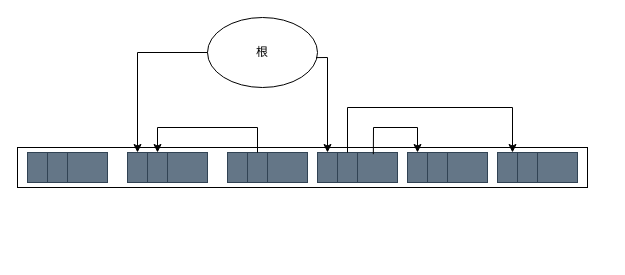
Above: gc.drawio in hhyouyou/draw (draw.io), before the change. Source tidied: cells renumbered, new cells numbered last; positions are measured from the earlier drawing's top-left corner, leaving out a move shared by most shapes. Both pictures are drawn from the tidied source at 100%, with x=0, y=0 at pixel (17, 17).
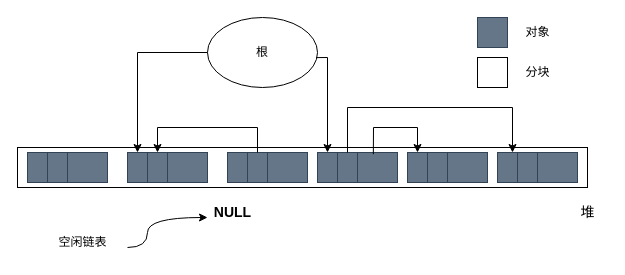
The same page after the edit.

What changed in the source:
```diff
@@
+    <mxCell id="35" style="whiteSpace=wrap;html=1;fillColor=#647687;fontColor=#ffffff;strokeColor=#314354;" parent="1" vertex="1">
+      <mxGeometry x="460" width="30" height="30" as="geometry" />
+    </mxCell>
+    <mxCell id="36" style="whiteSpace=wrap;html=1;" parent="1" vertex="1">
+      <mxGeometry x="460" y="40" width="30" height="30" as="geometry" />
+    </mxCell>
+    <mxCell id="37" value="对象" style="text;html=1;align=center;verticalAlign=middle;strokeColor=none;fillColor=none;" parent="1" vertex="1">
+      <mxGeometry x="495" width="50" height="30" as="geometry" />
+    </mxCell>
+    <mxCell id="38" value="分块" style="text;html=1;align=center;verticalAlign=middle;strokeColor=none;fillColor=none;" parent="1" vertex="1">
+      <mxGeometry x="495" y="40" width="50" height="30" as="geometry" />
+    </mxCell>
+    <mxCell id="39" value="空闲链表" style="text;html=1;align=center;verticalAlign=middle;strokeColor=none;fillColor=none;" parent="1" vertex="1">
+      <mxGeometry x="30" y="210" width="70" height="30" as="geometry" />
+    </mxCell>
+    <mxCell id="40" style="endArrow=classic;html=1;rounded=0;edgeStyle=orthogonalEdgeStyle;curved=1;" parent="1" edge="1">
+      <mxGeometry relative="1" as="geometry">
+        <mxPoint x="110" y="230" as="sourcePoint" />
+        <mxPoint x="190" y="200" as="targetPoint" />
+        <Array as="points">
+          <mxPoint x="130" y="230" />
+          <mxPoint x="130" y="200" />
+        </Array>
+      </mxGeometry>
+    </mxCell>
+    <mxCell id="41" value="NULL" style="text;html=1;align=center;verticalAlign=middle;strokeColor=none;fillColor=none;fontSize=14;fontStyle=1;" parent="1" vertex="1">
+      <mxGeometry x="185" y="180" width="60" height="30" as="geometry" />
+    </mxCell>
+    <mxCell id="42" value="堆" style="text;html=1;align=center;verticalAlign=middle;strokeColor=none;fillColor=none;fontSize=14;" parent="1" vertex="1">
+      <mxGeometry x="550" y="180" width="40" height="30" as="geometry" />
+    </mxCell>
```
